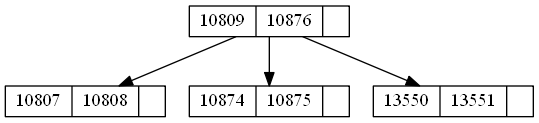
Before: Graphics/SOLIDTREE.png, a diagram exported from Graphviz (Guillermo-O-C/EDD_1S20200_PY2_201801366). Its source is kept beside it as TextFiles/SOLIDTREE.dot.
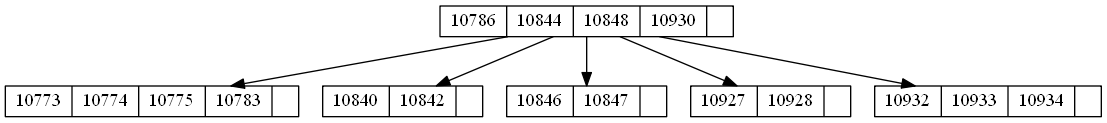
After the change.

Diff of the diagram source:
```diff
@@ -1,9 +1,13 @@
 digraph G {
- node [shape = record,height=.1];10809->10807;
-10809->10874;
-10809->13550;
-10809[label = "<f0>10809|<f1>10876|"];
-10807[label = "<f0>10807|<f1>10808|"];
-10874[label = "<f0>10874|<f1>10875|"];
-13550[label = "<f0>13550|<f1>13551|"];
+ node [shape = record,height=.1];10786->10773;
+10786->10840;
+10786->10846;
+10786->10927;
+10786->10932;
+10786[label = "<f0>10786|<f1>10844|<f2>10848|<f3>10930|"];
+10773[label = "<f0>10773|<f1>10774|<f2>10775|<f3>10783|"];
+10840[label = "<f0>10840|<f1>10842|"];
+10846[label = "<f0>10846|<f1>10847|"];
+10927[label = "<f0>10927|<f1>10928|"];
+10932[label = "<f0>10932|<f1>10933|<f2>10934|"];
 }
```
